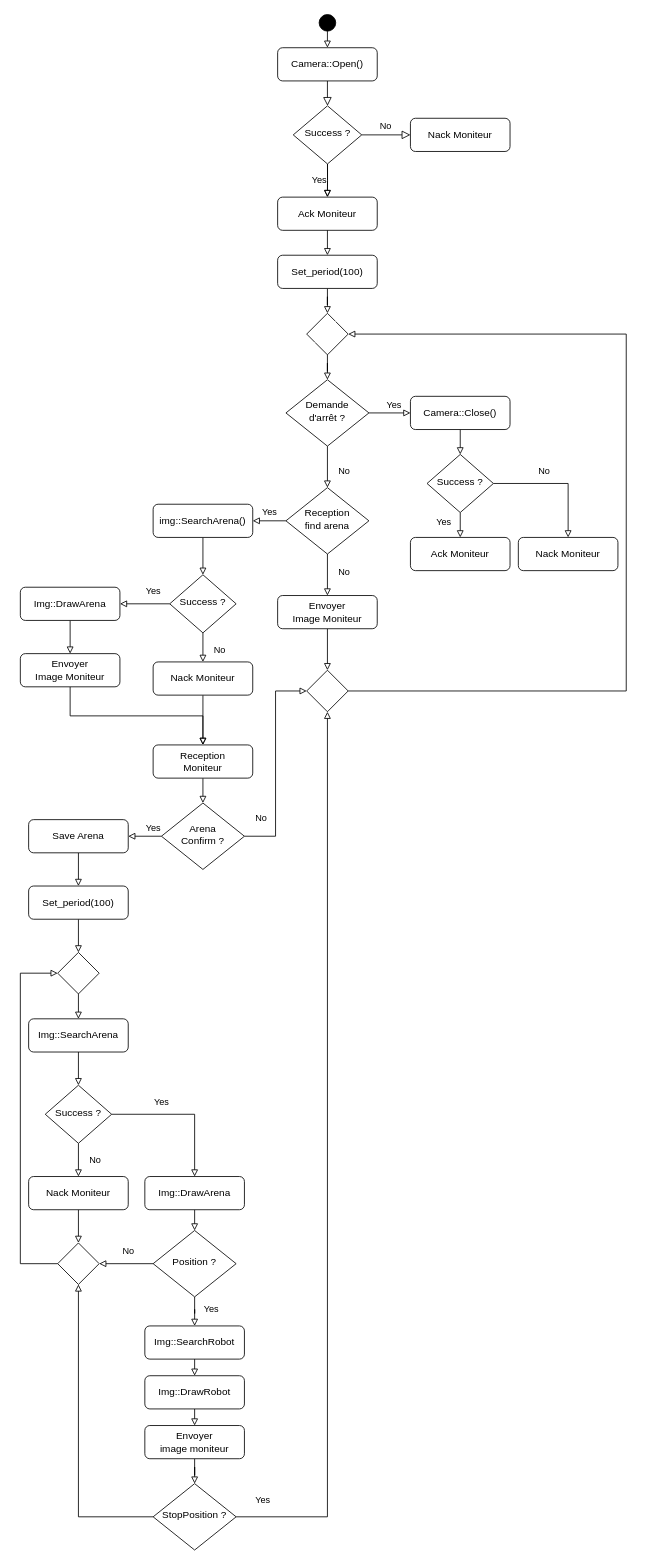
Rayanem/Temps_reel keeps this draw.io diagram as Conception/Thread Camera.drawio. Above is the earlier version. Source tidied: cells renumbered, new cells numbered last; positions are measured from the earlier drawing's top-left corner, leaving out a move shared by most shapes. Both pictures are drawn from the tidied source at 83%, with x=0, y=0 at pixel (20, 14).
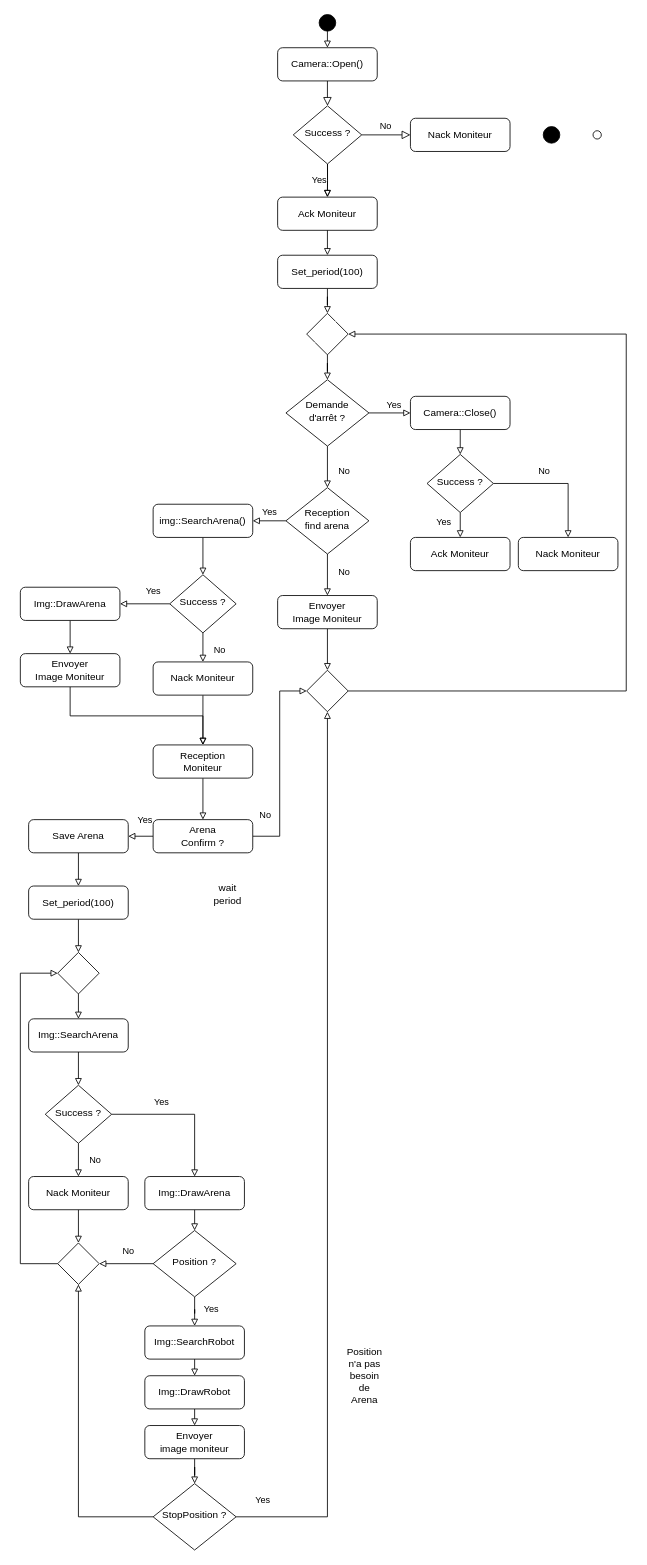
The same diagram, later.

The change refers to these unchanged cells:
```xml
<mxCell id="50" value="Save Arena" style="rounded=1;whiteSpace=wrap;html=1;fontSize=12;glass=0;strokeWidth=1;shadow=0;" parent="1" vertex="1">
  <mxGeometry x="10" y="970" width="120" height="40" as="geometry" />
</mxCell>
```

The edit, as a diff of the source:
```diff
@@
     <mxCell id="47" value="Yes" style="edgeStyle=orthogonalEdgeStyle;rounded=0;jettySize=auto;html=1;exitX=0;exitY=0.5;exitDx=0;exitDy=0;entryX=1;entryY=0.5;entryDx=0;entryDy=0;endArrow=block;endFill=0;strokeColor=#000000;" parent="1" edge="1" source="48" target="50">
-      <mxGeometry x="-0.5" y="-10" relative="1" as="geometry" />
+      <mxGeometry x="-0.33" y="-20" relative="1" as="geometry" />
     </mxCell>
-    <mxCell id="48" value="&lt;div&gt;Arena&lt;/div&gt;&lt;div&gt;Confirm ?&lt;br&gt;&lt;/div&gt;" style="rhombus;whiteSpace=wrap;html=1;shadow=0;fontFamily=Helvetica;fontSize=12;align=center;strokeWidth=1;spacing=6;spacingTop=-4;" parent="1" vertex="1">
-      <mxGeometry x="170" y="950" width="100" height="80" as="geometry" />
-    </mxCell>
@@
+    <mxCell id="80" style="ellipse;whiteSpace=wrap;html=1;fillColor=#000000;" parent="1" vertex="1">
+      <mxGeometry x="630" y="135" width="20" height="20" as="geometry" />
+    </mxCell>
+    <mxCell id="81" style="ellipse;whiteSpace=wrap;html=1;" parent="1" vertex="1">
+      <mxGeometry x="690" y="140" width="10" height="10" as="geometry" />
+    </mxCell>
+    <mxCell id="48" value="&lt;div&gt;Arena&lt;/div&gt;&lt;div&gt;Confirm ?&lt;/div&gt;" style="rounded=1;whiteSpace=wrap;html=1;fontSize=12;glass=0;strokeWidth=1;shadow=0;" parent="1" vertex="1">
+      <mxGeometry x="160" y="970" width="120" height="40" as="geometry" />
+    </mxCell>
+    <mxCell id="82" value="Position n'a pas besoin de Arena" style="text;html=1;strokeColor=none;fillColor=none;align=center;verticalAlign=middle;whiteSpace=wrap;rounded=0;" parent="1" vertex="1">
+      <mxGeometry x="395" y="1630" width="40" height="20" as="geometry" />
+    </mxCell>
+    <mxCell id="83" value="wait period" style="text;html=1;strokeColor=none;fillColor=none;align=center;verticalAlign=middle;whiteSpace=wrap;rounded=0;" parent="1" vertex="1">
+      <mxGeometry x="230" y="1050" width="40" height="20" as="geometry" />
+    </mxCell>
```
